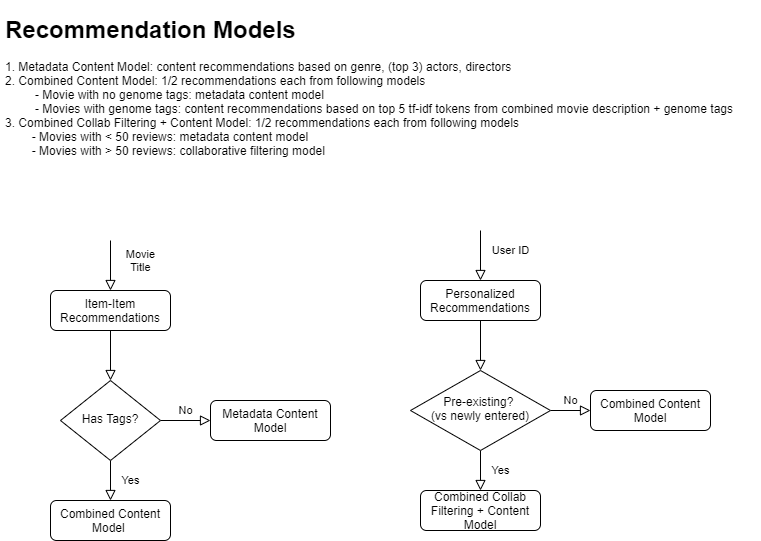
Above: images/model_flow.png in GovindBhala/DS5500-Movie-Recommendation-System (draw.io), before the change. Source tidied: cells renumbered, new cells last; positions are measured from the earlier drawing's top-left corner, leaving out a move shared by most shapes. Source of this version:
```xml
<mxGraphModel>
  <root>
    <mxCell id="0" />
    <mxCell id="1" parent="0" />
    <mxCell id="2" value="Item-Item Recommendations" style="rounded=1;whiteSpace=wrap;html=1;fontSize=12;glass=0;strokeWidth=1;shadow=0;" parent="1" vertex="1">
      <mxGeometry x="50" y="280" width="120" height="40" as="geometry" />
    </mxCell>
    <mxCell id="3" value="Yes" style="rounded=0;html=1;jettySize=auto;fontSize=11;endArrow=block;endFill=0;endSize=8;strokeWidth=1;shadow=0;labelBackgroundColor=none;edgeStyle=orthogonalEdgeStyle;" parent="1" edge="1" source="5">
      <mxGeometry y="20" relative="1" as="geometry">
        <mxPoint x="110" y="490" as="targetPoint" />
      </mxGeometry>
    </mxCell>
    <mxCell id="4" value="No" style="edgeStyle=orthogonalEdgeStyle;rounded=0;html=1;jettySize=auto;fontSize=11;endArrow=block;endFill=0;endSize=8;strokeWidth=1;shadow=0;labelBackgroundColor=none;" parent="1" edge="1" source="5" target="6">
      <mxGeometry y="10" relative="1" as="geometry" />
    </mxCell>
    <mxCell id="5" value="Has Tags?" style="rhombus;whiteSpace=wrap;html=1;shadow=0;fontFamily=Helvetica;fontSize=12;align=center;strokeWidth=1;spacing=6;spacingTop=-4;" parent="1" vertex="1">
      <mxGeometry x="60" y="370" width="100" height="80" as="geometry" />
    </mxCell>
    <mxCell id="6" value="Metadata Content Model" style="rounded=1;whiteSpace=wrap;html=1;fontSize=12;glass=0;strokeWidth=1;shadow=0;" parent="1" vertex="1">
      <mxGeometry x="210" y="390" width="120" height="40" as="geometry" />
    </mxCell>
    <mxCell id="7" value="Combined Content Model&amp;nbsp;" style="rounded=1;whiteSpace=wrap;html=1;fontSize=12;glass=0;strokeWidth=1;shadow=0;" parent="1" vertex="1">
      <mxGeometry x="50" y="490" width="120" height="40" as="geometry" />
    </mxCell>
    <mxCell id="8" value="Movie&lt;br&gt;Title" style="rounded=0;html=1;jettySize=auto;fontSize=11;endArrow=block;endFill=0;endSize=8;strokeWidth=1;shadow=0;labelBackgroundColor=none;edgeStyle=orthogonalEdgeStyle;entryX=0.5;entryY=0;entryDx=0;entryDy=0;" parent="1" edge="1" target="2">
      <mxGeometry x="-0.2" y="30" relative="1" as="geometry">
        <mxPoint x="110" y="230" as="sourcePoint" />
        <Array as="points">
          <mxPoint x="110" y="230" />
        </Array>
      </mxGeometry>
    </mxCell>
    <mxCell id="9" style="rounded=0;html=1;jettySize=auto;fontSize=11;endArrow=block;endFill=0;endSize=8;strokeWidth=1;shadow=0;labelBackgroundColor=none;edgeStyle=orthogonalEdgeStyle;exitX=0.5;exitY=1;exitDx=0;exitDy=0;" parent="1" edge="1" source="2">
      <mxGeometry y="20" relative="1" as="geometry">
        <mxPoint x="110" y="370" as="targetPoint" />
      </mxGeometry>
    </mxCell>
    <mxCell id="10" value="Personalized Recommendations" style="rounded=1;whiteSpace=wrap;html=1;fontSize=12;glass=0;strokeWidth=1;shadow=0;" parent="1" vertex="1">
      <mxGeometry x="420" y="270" width="120" height="40" as="geometry" />
    </mxCell>
    <mxCell id="11" value="Yes" style="rounded=0;html=1;jettySize=auto;fontSize=11;endArrow=block;endFill=0;endSize=8;strokeWidth=1;shadow=0;labelBackgroundColor=none;edgeStyle=orthogonalEdgeStyle;" parent="1" edge="1" source="13">
      <mxGeometry y="20" relative="1" as="geometry">
        <mxPoint x="480" y="480" as="targetPoint" />
      </mxGeometry>
    </mxCell>
    <mxCell id="12" value="No" style="edgeStyle=orthogonalEdgeStyle;rounded=0;html=1;jettySize=auto;fontSize=11;endArrow=block;endFill=0;endSize=8;strokeWidth=1;shadow=0;labelBackgroundColor=none;" parent="1" edge="1" source="13" target="14">
      <mxGeometry y="10" relative="1" as="geometry" />
    </mxCell>
    <mxCell id="13" value="Pre-existing?&amp;nbsp;&lt;br&gt;(vs newly entered)" style="rhombus;whiteSpace=wrap;html=1;shadow=0;fontFamily=Helvetica;fontSize=12;align=center;strokeWidth=1;spacing=6;spacingTop=-4;" parent="1" vertex="1">
      <mxGeometry x="410" y="360" width="140" height="80" as="geometry" />
    </mxCell>
    <mxCell id="14" value="Combined Content Model" style="rounded=1;whiteSpace=wrap;html=1;fontSize=12;glass=0;strokeWidth=1;shadow=0;" parent="1" vertex="1">
      <mxGeometry x="590" y="380" width="120" height="40" as="geometry" />
    </mxCell>
    <mxCell id="15" value="Combined Collab Filtering + Content Model" style="rounded=1;whiteSpace=wrap;html=1;fontSize=12;glass=0;strokeWidth=1;shadow=0;" parent="1" vertex="1">
      <mxGeometry x="420" y="480" width="120" height="40" as="geometry" />
    </mxCell>
    <mxCell id="16" value="User ID" style="rounded=0;html=1;jettySize=auto;fontSize=11;endArrow=block;endFill=0;endSize=8;strokeWidth=1;shadow=0;labelBackgroundColor=none;edgeStyle=orthogonalEdgeStyle;entryX=0.5;entryY=0;entryDx=0;entryDy=0;" parent="1" edge="1" target="10">
      <mxGeometry x="-0.2" y="30" relative="1" as="geometry">
        <mxPoint x="480" y="220" as="sourcePoint" />
        <Array as="points">
          <mxPoint x="480" y="220" />
        </Array>
      </mxGeometry>
    </mxCell>
    <mxCell id="17" style="rounded=0;html=1;jettySize=auto;fontSize=11;endArrow=block;endFill=0;endSize=8;strokeWidth=1;shadow=0;labelBackgroundColor=none;edgeStyle=orthogonalEdgeStyle;exitX=0.5;exitY=1;exitDx=0;exitDy=0;" parent="1" edge="1" source="10">
      <mxGeometry y="20" relative="1" as="geometry">
        <mxPoint x="480" y="360" as="targetPoint" />
      </mxGeometry>
    </mxCell>
    <mxCell id="18" value="&lt;h1&gt;Recommendation Models&lt;/h1&gt;&lt;div&gt;1. Metadata Content Model: content recommendations based on genre, (top 3) actors, directors&lt;br&gt;2. Combined Content Model: 1/2 recommendations each from following models&lt;br&gt;&amp;nbsp; &amp;nbsp; &amp;nbsp; &amp;nbsp; &amp;nbsp;- Movie with no genome tags: metadata content model&lt;br&gt;&amp;nbsp; &amp;nbsp; &amp;nbsp; &amp;nbsp; &amp;nbsp;- Movies with genome tags: content recommendations based on top 5 tf-idf tokens from combined movie description + genome tags&amp;nbsp;&lt;br&gt;3. Combined Collab Filtering + Content Model: 1/2 recommendations each from following models&lt;br&gt;&amp;nbsp; &amp;nbsp; &amp;nbsp; &amp;nbsp; - Movies with &amp;lt; 50 reviews: metadata content model&amp;nbsp;&lt;br&gt;&amp;nbsp; &amp;nbsp; &amp;nbsp; &amp;nbsp; - Movies with &amp;gt; 50 reviews: collaborative filtering model&amp;nbsp;&lt;br&gt;&lt;br&gt;&lt;/div&gt;&lt;div&gt;&lt;br&gt;&lt;/div&gt;" style="text;html=1;strokeColor=none;fillColor=none;spacing=5;spacingTop=-20;whiteSpace=wrap;overflow=hidden;rounded=0;" parent="1" vertex="1">
      <mxGeometry width="760" height="160" as="geometry" />
    </mxCell>
  </root>
</mxGraphModel>
```
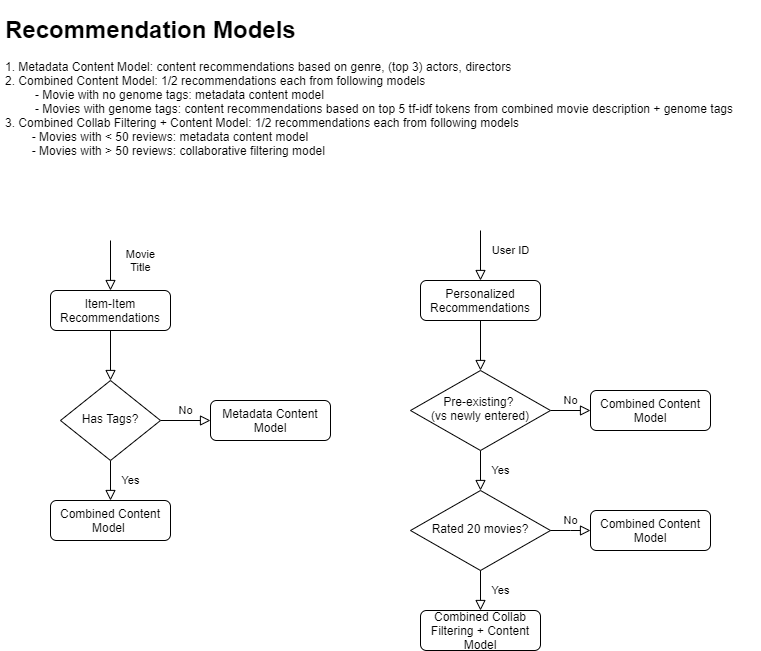
Above is the later version.

Commit message:
revised model flow diagram

Diff of the diagram source:
```diff
@@ -53,7 +53,7 @@
       <mxGeometry x="590" y="380" width="120" height="40" as="geometry" />
     </mxCell>
     <mxCell id="15" value="Combined Collab Filtering + Content Model" style="rounded=1;whiteSpace=wrap;html=1;fontSize=12;glass=0;strokeWidth=1;shadow=0;" parent="1" vertex="1">
-      <mxGeometry x="420" y="480" width="120" height="40" as="geometry" />
+      <mxGeometry x="420" y="600" width="120" height="40" as="geometry" />
     </mxCell>
     <mxCell id="16" value="User ID" style="rounded=0;html=1;jettySize=auto;fontSize=11;endArrow=block;endFill=0;endSize=8;strokeWidth=1;shadow=0;labelBackgroundColor=none;edgeStyle=orthogonalEdgeStyle;entryX=0.5;entryY=0;entryDx=0;entryDy=0;" parent="1" edge="1" target="10">
       <mxGeometry x="-0.2" y="30" relative="1" as="geometry">
@@ -71,5 +71,22 @@
     <mxCell id="18" value="&lt;h1&gt;Recommendation Models&lt;/h1&gt;&lt;div&gt;1. Metadata Content Model: content recommendations based on genre, (top 3) actors, directors&lt;br&gt;2. Combined Content Model: 1/2 recommendations each from following models&lt;br&gt;&amp;nbsp; &amp;nbsp; &amp;nbsp; &amp;nbsp; &amp;nbsp;- Movie with no genome tags: metadata content model&lt;br&gt;&amp;nbsp; &amp;nbsp; &amp;nbsp; &amp;nbsp; &amp;nbsp;- Movies with genome tags: content recommendations based on top 5 tf-idf tokens from combined movie description + genome tags&amp;nbsp;&lt;br&gt;3. Combined Collab Filtering + Content Model: 1/2 recommendations each from following models&lt;br&gt;&amp;nbsp; &amp;nbsp; &amp;nbsp; &amp;nbsp; - Movies with &amp;lt; 50 reviews: metadata content model&amp;nbsp;&lt;br&gt;&amp;nbsp; &amp;nbsp; &amp;nbsp; &amp;nbsp; - Movies with &amp;gt; 50 reviews: collaborative filtering model&amp;nbsp;&lt;br&gt;&lt;br&gt;&lt;/div&gt;&lt;div&gt;&lt;br&gt;&lt;/div&gt;" style="text;html=1;strokeColor=none;fillColor=none;spacing=5;spacingTop=-20;whiteSpace=wrap;overflow=hidden;rounded=0;" parent="1" vertex="1">
       <mxGeometry width="760" height="160" as="geometry" />
     </mxCell>
+    <mxCell id="19" value="Rated 20 movies?" style="rhombus;whiteSpace=wrap;html=1;shadow=0;fontFamily=Helvetica;fontSize=12;align=center;strokeWidth=1;spacing=6;spacingTop=-4;" parent="1" vertex="1">
+      <mxGeometry x="410" y="480" width="140" height="80" as="geometry" />
+    </mxCell>
+    <mxCell id="20" value="Yes" style="rounded=0;html=1;jettySize=auto;fontSize=11;endArrow=block;endFill=0;endSize=8;strokeWidth=1;shadow=0;labelBackgroundColor=none;edgeStyle=orthogonalEdgeStyle;exitX=0.5;exitY=1;exitDx=0;exitDy=0;entryX=0.5;entryY=0;entryDx=0;entryDy=0;" parent="1" edge="1" source="19" target="15">
+      <mxGeometry y="20" relative="1" as="geometry" />
+    </mxCell>
+    <mxCell id="21" value="Combined Content Model" style="rounded=1;whiteSpace=wrap;html=1;fontSize=12;glass=0;strokeWidth=1;shadow=0;" parent="1" vertex="1">
+      <mxGeometry x="590" y="500" width="120" height="40" as="geometry" />
+    </mxCell>
+    <mxCell id="22" value="No" style="edgeStyle=orthogonalEdgeStyle;rounded=0;html=1;jettySize=auto;fontSize=11;endArrow=block;endFill=0;endSize=8;strokeWidth=1;shadow=0;labelBackgroundColor=none;exitX=1;exitY=0.5;exitDx=0;exitDy=0;entryX=0;entryY=0.5;entryDx=0;entryDy=0;" parent="1" edge="1" source="19" target="21">
+      <mxGeometry y="10" relative="1" as="geometry">
+        <Array as="points">
+          <mxPoint x="570" y="520" />
+          <mxPoint x="570" y="520" />
+        </Array>
+      </mxGeometry>
+    </mxCell>
   </root>
 </mxGraphModel>
```
